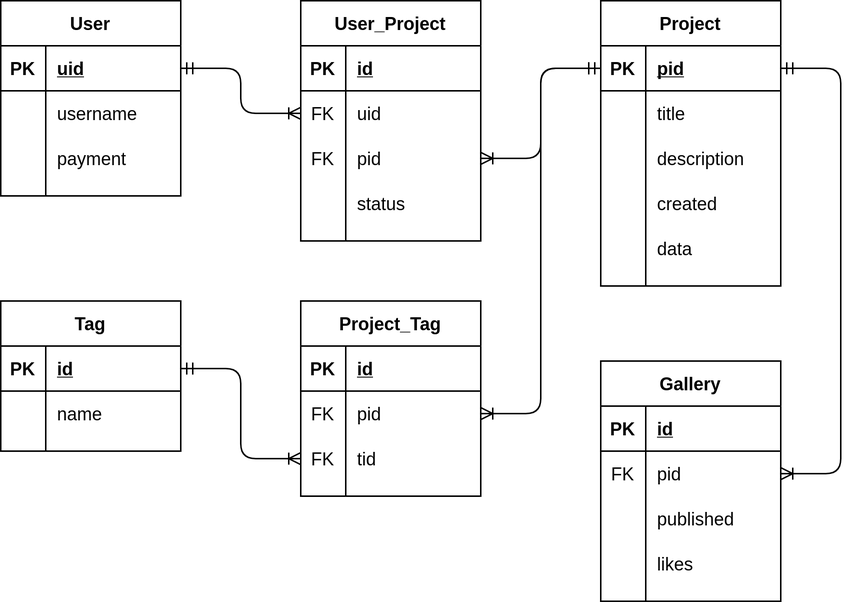
AndreasAtakan/GeoTales keeps this draw.io diagram as diagrams/db.png. Above is the earlier version. Source tidied: cells renumbered, new cells last; positions are measured from the earlier drawing's top-left corner, leaving out a move shared by most shapes.
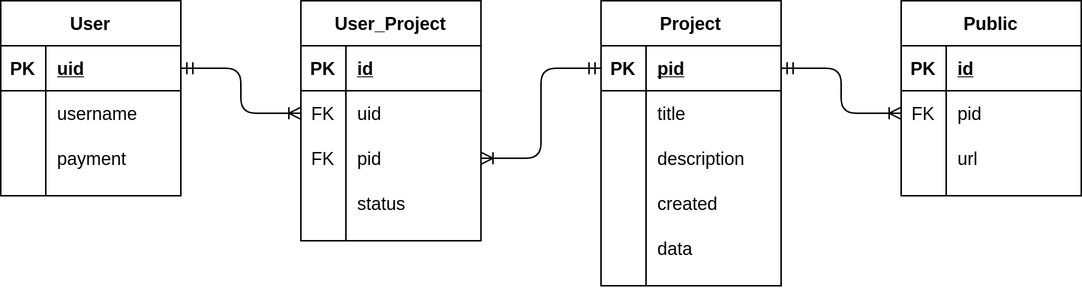
The same file after the commit.

The edit, as a diff of the source:
```diff
@@ -125,8 +125,8 @@
     <mxCell id="42" style="edgeStyle=orthogonalEdgeStyle;fontSize=12;html=1;endArrow=ERoneToMany;startArrow=ERmandOne;" parent="1" edge="1" source="3" target="16">
       <mxGeometry relative="1" as="geometry" />
     </mxCell>
-    <mxCell id="43" value="Gallery" style="shape=table;startSize=30;rowLines=0;fontStyle=1;align=center;" parent="1" vertex="1">
-      <mxGeometry x="400" y="240" width="120" height="160" as="geometry" />
+    <mxCell id="43" value="Public" style="shape=table;startSize=30;rowLines=0;fontStyle=1;align=center;" parent="1" vertex="1">
+      <mxGeometry x="600" width="120" height="130" as="geometry" />
     </mxCell>
     <mxCell id="44" style="shape=partialRectangle;fillColor=none;top=0;left=0;bottom=1;right=0;" parent="43" vertex="1">
       <mxGeometry y="30" width="120" height="30" as="geometry" />
@@ -152,82 +152,16 @@
     <mxCell id="51" style="shape=partialRectangle;fillColor=none;top=0;left=0;bottom=0;right=0;overflow=hidden;" parent="50" vertex="1">
       <mxGeometry width="30" height="30" as="geometry" />
     </mxCell>
-    <mxCell id="52" value="published" style="shape=partialRectangle;fillColor=none;top=0;left=0;bottom=0;right=0;align=left;spacingLeft=6;overflow=hidden;" parent="50" vertex="1">
+    <mxCell id="52" value="url" style="shape=partialRectangle;fillColor=none;top=0;left=0;bottom=0;right=0;align=left;spacingLeft=6;overflow=hidden;" parent="50" vertex="1">
       <mxGeometry x="30" width="90" height="30" as="geometry" />
     </mxCell>
-    <mxCell id="53" style="shape=partialRectangle;fillColor=none;top=0;left=0;bottom=0;right=0;" parent="43" vertex="1">
-      <mxGeometry y="120" width="120" height="30" as="geometry" />
-    </mxCell>
-    <mxCell id="54" style="shape=partialRectangle;fillColor=none;top=0;left=0;bottom=0;right=0;overflow=hidden;" parent="53" vertex="1">
-      <mxGeometry width="30" height="30" as="geometry" />
-    </mxCell>
-    <mxCell id="55" value="likes" style="shape=partialRectangle;fillColor=none;top=0;left=0;bottom=0;right=0;align=left;spacingLeft=6;overflow=hidden;" parent="53" vertex="1">
-      <mxGeometry x="30" width="90" height="30" as="geometry" />
-    </mxCell>
     <mxCell id="56" style="edgeStyle=orthogonalEdgeStyle;fontSize=12;html=1;endArrow=ERoneToMany;startArrow=ERmandOne;" parent="1" edge="1" source="26" target="47">
       <mxGeometry relative="1" as="geometry">
         <Array as="points">
           <mxPoint x="560" y="45" />
-          <mxPoint x="560" y="315" />
+          <mxPoint x="560" y="75" />
         </Array>
       </mxGeometry>
     </mxCell>
-    <mxCell id="57" value="Tag" style="shape=table;startSize=30;rowLines=0;fontStyle=1;align=center;" parent="1" vertex="1">
-      <mxGeometry y="200" width="120" height="100" as="geometry" />
-    </mxCell>
-    <mxCell id="58" style="shape=partialRectangle;fillColor=none;top=0;left=0;bottom=1;right=0;points=[[0,0.5],[1,0.5]];portConstraint=eastwest;" parent="57" vertex="1">
-      <mxGeometry y="30" width="120" height="30" as="geometry" />
-    </mxCell>
-    <mxCell id="59" value="PK" style="shape=partialRectangle;fillColor=none;top=0;left=0;bottom=0;right=0;fontStyle=1;overflow=hidden;" parent="58" vertex="1">
-      <mxGeometry width="30" height="30" as="geometry" />
-    </mxCell>
-    <mxCell id="60" value="id" style="shape=partialRectangle;fillColor=none;top=0;left=0;bottom=0;right=0;align=left;spacingLeft=6;fontStyle=5;overflow=hidden;" parent="58" vertex="1">
-      <mxGeometry x="30" width="90" height="30" as="geometry" />
-    </mxCell>
-    <mxCell id="61" style="shape=partialRectangle;fillColor=none;top=0;left=0;bottom=0;right=0;" parent="57" vertex="1">
-      <mxGeometry y="60" width="120" height="30" as="geometry" />
-    </mxCell>
-    <mxCell id="62" style="shape=partialRectangle;fillColor=none;top=0;left=0;bottom=0;right=0;overflow=hidden;" parent="61" vertex="1">
-      <mxGeometry width="30" height="30" as="geometry" />
-    </mxCell>
-    <mxCell id="63" value="name" style="shape=partialRectangle;fillColor=none;top=0;left=0;bottom=0;right=0;align=left;spacingLeft=6;overflow=hidden;" parent="61" vertex="1">
-      <mxGeometry x="30" width="90" height="30" as="geometry" />
-    </mxCell>
-    <mxCell id="64" value="Project_Tag" style="shape=table;startSize=30;rowLines=0;fontStyle=1;align=center;" parent="1" vertex="1">
-      <mxGeometry x="200" y="200" width="120" height="130" as="geometry" />
-    </mxCell>
-    <mxCell id="65" style="shape=partialRectangle;fillColor=none;top=0;left=0;bottom=1;right=0;" parent="64" vertex="1">
-      <mxGeometry y="30" width="120" height="30" as="geometry" />
-    </mxCell>
-    <mxCell id="66" value="PK" style="shape=partialRectangle;fillColor=none;top=0;left=0;bottom=0;right=0;fontStyle=1;overflow=hidden;" parent="65" vertex="1">
-      <mxGeometry width="30" height="30" as="geometry" />
-    </mxCell>
-    <mxCell id="67" value="id" style="shape=partialRectangle;fillColor=none;top=0;left=0;bottom=0;right=0;align=left;spacingLeft=6;fontStyle=5;overflow=hidden;" parent="65" vertex="1">
-      <mxGeometry x="30" width="90" height="30" as="geometry" />
-    </mxCell>
-    <mxCell id="68" style="shape=partialRectangle;fillColor=none;top=0;left=0;bottom=0;right=0;points=[[0,0.5],[1,0.5]];portConstraint=eastwest;" parent="64" vertex="1">
-      <mxGeometry y="60" width="120" height="30" as="geometry" />
-    </mxCell>
-    <mxCell id="69" value="FK" style="shape=partialRectangle;fillColor=none;top=0;left=0;bottom=0;right=0;overflow=hidden;" parent="68" vertex="1">
-      <mxGeometry width="30" height="30" as="geometry" />
-    </mxCell>
-    <mxCell id="70" value="pid" style="shape=partialRectangle;fillColor=none;top=0;left=0;bottom=0;right=0;align=left;spacingLeft=6;overflow=hidden;" parent="68" vertex="1">
-      <mxGeometry x="30" width="90" height="30" as="geometry" />
-    </mxCell>
-    <mxCell id="71" style="shape=partialRectangle;fillColor=none;top=0;left=0;bottom=0;right=0;points=[[0,0.5],[1,0.5]];portConstraint=eastwest;" parent="64" vertex="1">
-      <mxGeometry y="90" width="120" height="30" as="geometry" />
-    </mxCell>
-    <mxCell id="72" value="FK" style="shape=partialRectangle;fillColor=none;top=0;left=0;bottom=0;right=0;overflow=hidden;" parent="71" vertex="1">
-      <mxGeometry width="30" height="30" as="geometry" />
-    </mxCell>
-    <mxCell id="73" value="tid" style="shape=partialRectangle;fillColor=none;top=0;left=0;bottom=0;right=0;align=left;spacingLeft=6;overflow=hidden;" parent="71" vertex="1">
-      <mxGeometry x="30" width="90" height="30" as="geometry" />
-    </mxCell>
-    <mxCell id="74" style="edgeStyle=orthogonalEdgeStyle;fontSize=12;html=1;endArrow=ERoneToMany;startArrow=ERmandOne;" parent="1" edge="1" source="26" target="68">
-      <mxGeometry relative="1" as="geometry" />
-    </mxCell>
-    <mxCell id="75" style="edgeStyle=orthogonalEdgeStyle;fontSize=12;html=1;endArrow=ERoneToMany;startArrow=ERmandOne;" parent="1" edge="1" source="58" target="71">
-      <mxGeometry relative="1" as="geometry" />
-    </mxCell>
   </root>
 </mxGraphModel>
```
